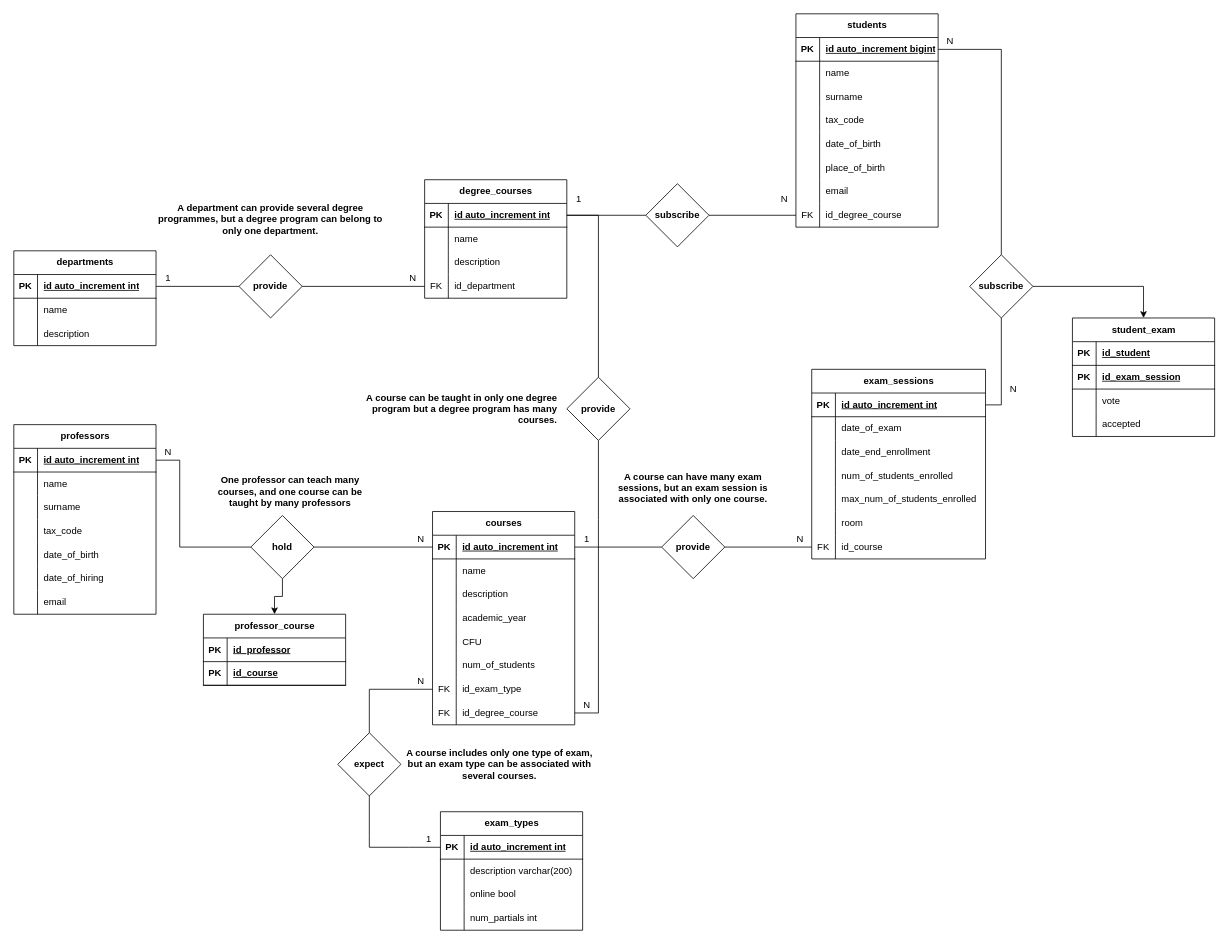
Above: db_university.drawio in totarochristian/db-university (draw.io), before the change. Source tidied: cells renumbered, new cells numbered last; positions are measured from the earlier drawing's top-left corner, leaving out a move shared by most shapes. Both pictures are drawn from the tidied source at 79%, with x=0, y=0 at pixel (13, 13).
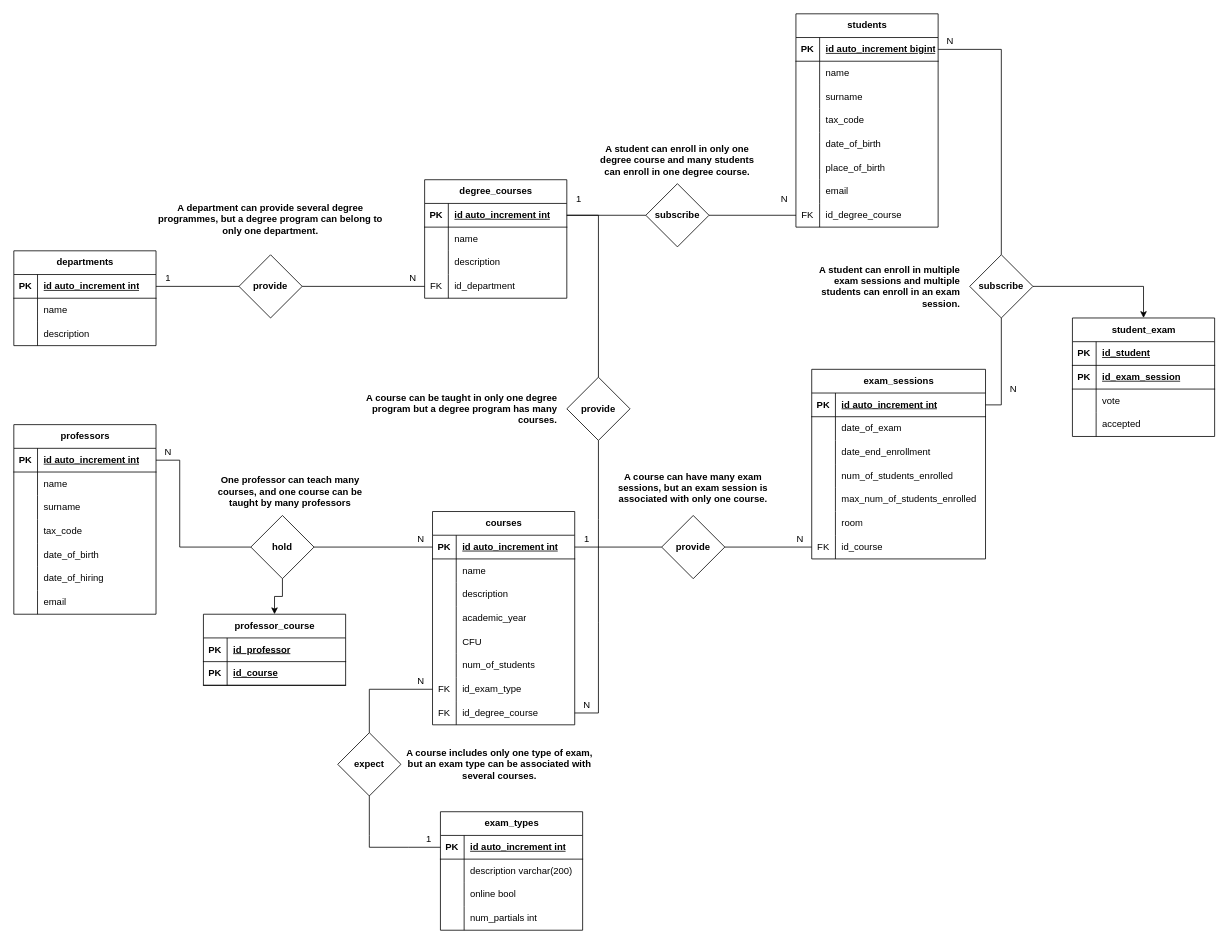
The same page after the edit.

Commit message:
Add descriptive texts to the new relations maded

Diff of the diagram source:
```diff
@@
+    <mxCell id="193" value="A student can enroll in multiple exam sessions and multiple students can enroll in an exam session." style="text;html=1;strokeColor=none;fillColor=none;align=right;verticalAlign=middle;whiteSpace=wrap;rounded=0;fontStyle=1;" parent="1" vertex="1">
+      <mxGeometry x="1000" y="320" width="200" height="50" as="geometry" />
+    </mxCell>
+    <mxCell id="194" value="A student can enroll in only one degree course and many students can enroll in one degree course." style="text;html=1;strokeColor=none;fillColor=none;align=center;verticalAlign=middle;whiteSpace=wrap;rounded=0;fontStyle=1;" parent="1" vertex="1">
+      <mxGeometry x="740" y="160" width="200" height="50" as="geometry" />
+    </mxCell>
```
